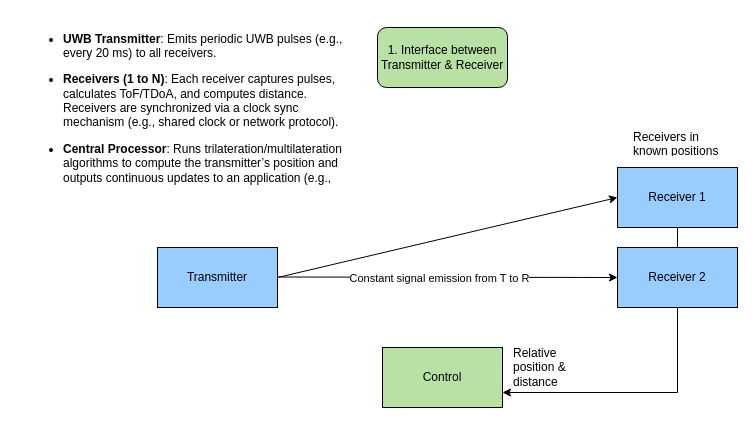
Above: page "Page-2" (2 of 4) of diagrams/blockdiagramdesign.drawio in BowieJames/FollowMe (draw.io), before the change. Source tidied: cells renumbered, new cells numbered last; positions are measured from the earlier drawing's top-left corner, leaving out a move shared by most shapes. Both pictures are drawn from the tidied source at 100%, with x=0, y=0 at pixel (17, 17).
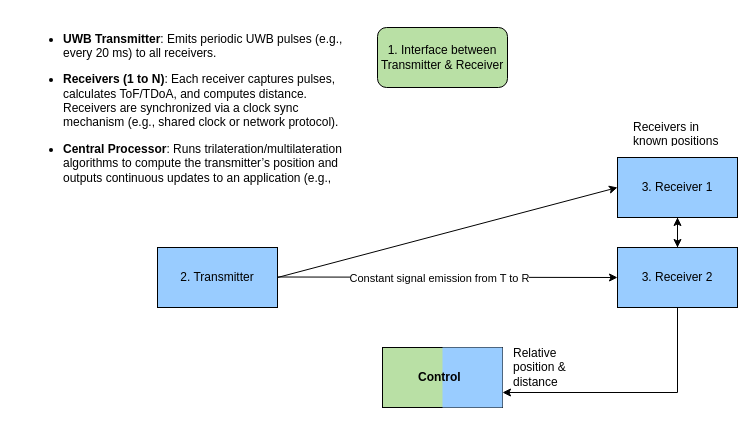
The same page after the edit.

Change to the diagram source:
```diff
@@
+    <mxCell id="11" style="rounded=0;whiteSpace=wrap;html=1;fillColor=#B9E0A5;" parent="1" vertex="1">
+      <mxGeometry x="365" y="330" width="120" height="60" as="geometry" />
+    </mxCell>
+    <mxCell id="14" style="rounded=0;whiteSpace=wrap;html=1;fillColor=#99CCFF;strokeColor=none;" parent="1" vertex="1">
+      <mxGeometry x="425" y="330" width="60" height="60" as="geometry" />
+    </mxCell>
@@
-    <mxCell id="3" value="Transmitter" style="rounded=0;whiteSpace=wrap;html=1;fillColor=#99CCFF;" parent="1" vertex="1">
+    <mxCell id="3" value="2. Transmitter" style="rounded=0;whiteSpace=wrap;html=1;fillColor=#99CCFF;" parent="1" vertex="1">
       <mxGeometry x="140" y="230" width="120" height="60" as="geometry" />
     </mxCell>
@@
+    <mxCell id="15" style="edgeStyle=orthogonalEdgeStyle;rounded=0;jettySize=auto;html=1;" parent="1" edge="1" source="5">
+      <mxGeometry relative="1" as="geometry">
+        <mxPoint x="660" y="230" as="targetPoint" />
+      </mxGeometry>
+    </mxCell>
-    <mxCell id="5" value="Receiver 1" style="rounded=0;whiteSpace=wrap;html=1;fillColor=#99CCFF;" parent="1" vertex="1">
-      <mxGeometry x="600" y="150" width="120" height="60" as="geometry" />
+    <mxCell id="5" value="3. Receiver 1" style="rounded=0;whiteSpace=wrap;html=1;fillColor=#99CCFF;" parent="1" vertex="1">
+      <mxGeometry x="600" y="140" width="120" height="60" as="geometry" />
     </mxCell>
@@
+    <mxCell id="16" style="edgeStyle=orthogonalEdgeStyle;rounded=0;jettySize=auto;html=1;entryX=0.5;entryY=1;entryDx=0;entryDy=0;" parent="1" edge="1" source="8" target="5">
+      <mxGeometry relative="1" as="geometry" />
+    </mxCell>
-    <mxCell id="8" value="Receiver 2" style="rounded=0;whiteSpace=wrap;html=1;fillColor=#99CCFF;" parent="1" vertex="1">
+    <mxCell id="8" value="3. Receiver 2" style="rounded=0;whiteSpace=wrap;html=1;fillColor=#99CCFF;" parent="1" vertex="1">
       <mxGeometry x="600" y="230" width="120" height="60" as="geometry" />
     </mxCell>
@@
     <mxCell id="10" value="Receivers in known positions" style="text;strokeColor=none;fillColor=none;align=left;verticalAlign=middle;spacingLeft=4;spacingRight=4;overflow=hidden;whiteSpace=wrap;html=1;" parent="1" vertex="1">
-      <mxGeometry x="610" y="110" width="100" height="30" as="geometry" />
+      <mxGeometry x="610" y="100" width="100" height="30" as="geometry" />
     </mxCell>
-    <mxCell id="11" value="Control" style="rounded=0;whiteSpace=wrap;html=1;fillColor=#B9E0A5;" parent="1" vertex="1">
-      <mxGeometry x="365" y="330" width="120" height="60" as="geometry" />
-    </mxCell>
@@
+    <mxCell id="17" value="&lt;div&gt;&lt;b&gt;Control&lt;/b&gt;&lt;/div&gt;" style="text;strokeColor=none;fillColor=none;align=left;verticalAlign=middle;spacingLeft=4;spacingRight=4;overflow=hidden;whiteSpace=wrap;html=1;" parent="1" vertex="1">
+      <mxGeometry x="395" y="350" width="60" height="20" as="geometry" />
+    </mxCell>
```
